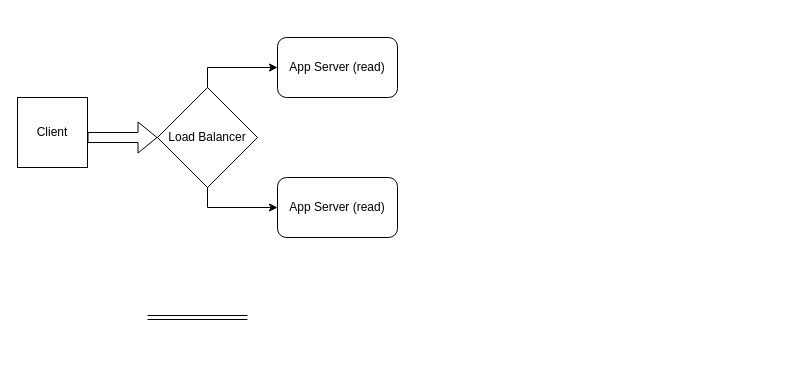
GDemay/aviv keeps this draw.io diagram as Diagramme sans nom.drawio. Above is the earlier version. Source tidied: cells renumbered, new cells numbered last; positions are measured from the earlier drawing's top-left corner, leaving out a move shared by most shapes. Both pictures are drawn from the tidied source at 100%, with x=0, y=0 at pixel (17, 37).
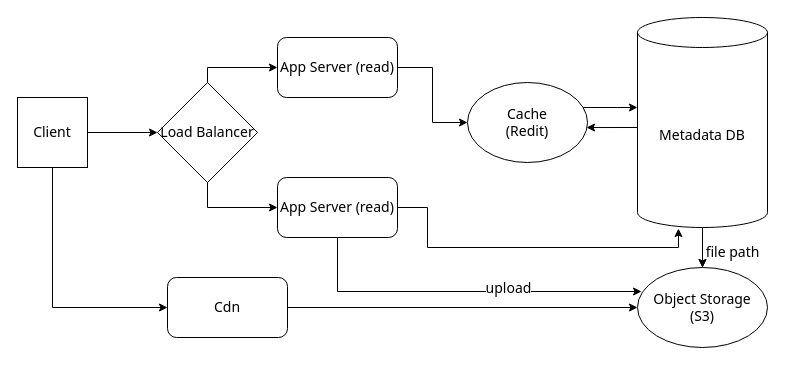
After the change.

Commit message:
Mettre à jour Diagramme sans nom.drawio

Change to the diagram source:
```diff
@@
+    <mxCell id="10" style="edgeStyle=orthogonalEdgeStyle;rounded=0;jettySize=auto;html=1;fontSize=14;fontFamily=Tahoma;" parent="1" edge="1" source="2" target="4">
+      <mxGeometry relative="1" as="geometry" />
+    </mxCell>
-    <mxCell id="2" value="Client" style="whiteSpace=wrap;html=1;" parent="1" vertex="1">
+    <mxCell id="2" value="Client" style="whiteSpace=wrap;html=1;fontSize=14;fontFamily=Tahoma;" parent="1" vertex="1">
       <mxGeometry y="60" width="70" height="70" as="geometry" />
     </mxCell>
-    <mxCell id="3" style="shape=flexArrow;endArrow=classic;html=1;rounded=0;" parent="1" edge="1">
-      <mxGeometry relative="1" as="geometry">
-        <mxPoint x="70" y="100" as="sourcePoint" />
-        <mxPoint x="140" y="100" as="targetPoint" />
-      </mxGeometry>
-    </mxCell>
-    <mxCell id="4" value="Load Balancer" style="rhombus;whiteSpace=wrap;html=1;" parent="1" vertex="1">
-      <mxGeometry x="140" y="50" width="100" height="100" as="geometry" />
+    <mxCell id="4" value="Load Balancer" style="rhombus;whiteSpace=wrap;html=1;fontSize=14;fontFamily=Tahoma;" parent="1" vertex="1">
+      <mxGeometry x="140" y="45" width="100" height="100" as="geometry" />
     </mxCell>
+    <mxCell id="11" style="edgeStyle=orthogonalEdgeStyle;rounded=0;jettySize=auto;html=1;fontSize=14;fontFamily=Tahoma;" parent="1" edge="1" source="5" target="15">
+      <mxGeometry relative="1" as="geometry" />
+    </mxCell>
-    <mxCell id="5" value="App Server (read)" style="rounded=1;whiteSpace=wrap;html=1;" parent="1" vertex="1">
+    <mxCell id="5" value="App Server (read)" style="rounded=1;whiteSpace=wrap;html=1;fontSize=14;fontFamily=Tahoma;" parent="1" vertex="1">
       <mxGeometry x="260" width="120" height="60" as="geometry" />
     </mxCell>
+    <mxCell id="12" style="edgeStyle=orthogonalEdgeStyle;rounded=0;jettySize=auto;html=1;entryX=0.031;entryY=0.3;entryDx=0;entryDy=0;entryPerimeter=0;fontSize=14;fontFamily=Tahoma;" parent="1" edge="1" source="6" target="18">
+      <mxGeometry relative="1" as="geometry">
+        <Array as="points">
+          <mxPoint x="320" y="254" />
+        </Array>
+      </mxGeometry>
+    </mxCell>
+    <mxCell id="13" value="upload" style="edgeLabel;html=1;align=center;verticalAlign=middle;fontSize=14;fontFamily=Tahoma;" parent="12" vertex="1">
+      <mxGeometry x="0.25" y="-3" relative="1" as="geometry">
+        <mxPoint y="-7" as="offset" />
+      </mxGeometry>
+    </mxCell>
-    <mxCell id="6" value="App Server (read)" style="rounded=1;whiteSpace=wrap;html=1;" parent="1" vertex="1">
+    <mxCell id="6" value="App Server (read)" style="rounded=1;whiteSpace=wrap;html=1;fontSize=14;fontFamily=Tahoma;" parent="1" vertex="1">
       <mxGeometry x="260" y="140" width="120" height="60" as="geometry" />
     </mxCell>
-    <mxCell id="7" style="edgeStyle=elbowEdgeStyle;elbow=horizontal;endArrow=classic;html=1;rounded=0;entryX=0;entryY=0.5;entryDx=0;entryDy=0;exitX=0.5;exitY=1;exitDx=0;exitDy=0;" parent="1" edge="1" source="4" target="6">
+    <mxCell id="7" style="edgeStyle=elbowEdgeStyle;elbow=horizontal;endArrow=classic;html=1;rounded=0;entryX=0;entryY=0.5;entryDx=0;entryDy=0;exitX=0.5;exitY=1;exitDx=0;exitDy=0;fontSize=14;fontFamily=Tahoma;" parent="1" edge="1" source="4" target="6">
       <mxGeometry relative="1" as="geometry">
         <Array as="points">
           <mxPoint x="190" y="180" />
         </Array>
       </mxGeometry>
     </mxCell>
-    <mxCell id="8" style="shape=link;html=1;rounded=0;" parent="1" edge="1">
-      <mxGeometry relative="1" as="geometry">
-        <mxPoint x="130" y="280" as="sourcePoint" />
-        <mxPoint x="230" y="280" as="targetPoint" />
-      </mxGeometry>
-    </mxCell>
-    <mxCell id="9" style="edgeStyle=segmentEdgeStyle;endArrow=classic;html=1;rounded=0;entryX=0;entryY=0.5;entryDx=0;entryDy=0;exitX=0.5;exitY=0;exitDx=0;exitDy=0;" parent="1" edge="1" source="4" target="5">
+    <mxCell id="9" style="edgeStyle=segmentEdgeStyle;endArrow=classic;html=1;rounded=0;entryX=0;entryY=0.5;entryDx=0;entryDy=0;exitX=0.5;exitY=0;exitDx=0;exitDy=0;fontSize=14;fontFamily=Tahoma;" parent="1" edge="1" source="4" target="5">
       <mxGeometry relative="1" as="geometry">
         <Array as="points">
           <mxPoint x="190" y="30" />
         </Array>
       </mxGeometry>
     </mxCell>
+    <mxCell id="14" style="edgeStyle=orthogonalEdgeStyle;rounded=0;jettySize=auto;html=1;fontSize=14;fontFamily=Tahoma;" parent="1" edge="1" source="15" target="17">
+      <mxGeometry relative="1" as="geometry">
+        <Array as="points">
+          <mxPoint x="600" y="70" />
+          <mxPoint x="600" y="70" />
+        </Array>
+      </mxGeometry>
+    </mxCell>
+    <mxCell id="15" value="Cache &lt;br style=&quot;font-size: 14px;&quot;&gt;(Redit)" style="ellipse;whiteSpace=wrap;html=1;fontSize=14;fontFamily=Tahoma;" parent="1" vertex="1">
+      <mxGeometry x="450" y="45" width="120" height="80" as="geometry" />
+    </mxCell>
+    <mxCell id="16" style="edgeStyle=orthogonalEdgeStyle;rounded=0;jettySize=auto;html=1;fontSize=14;fontFamily=Tahoma;" parent="1" edge="1" source="17" target="18">
+      <mxGeometry relative="1" as="geometry" />
+    </mxCell>
+    <mxCell id="17" value="Metadata DB" style="shape=cylinder3;whiteSpace=wrap;html=1;boundedLbl=1;backgroundOutline=1;size=15;fontSize=14;fontFamily=Tahoma;" parent="1" vertex="1">
+      <mxGeometry x="620" y="-20" width="130" height="210" as="geometry" />
+    </mxCell>
+    <mxCell id="18" value="Object Storage&lt;br style=&quot;font-size: 14px;&quot;&gt;(S3)" style="ellipse;whiteSpace=wrap;html=1;fontSize=14;fontFamily=Tahoma;" parent="1" vertex="1">
+      <mxGeometry x="620" y="230" width="130" height="80" as="geometry" />
+    </mxCell>
+    <mxCell id="19" style="endArrow=classic;html=1;rounded=0;entryX=0.5;entryY=0;entryDx=0;entryDy=0;exitX=0.5;exitY=1;exitDx=0;exitDy=0;exitPerimeter=0;fontSize=14;fontFamily=Tahoma;" parent="1" edge="1" source="17" target="18">
+      <mxGeometry relative="1" as="geometry" />
+    </mxCell>
+    <mxCell id="20" value="file path" style="text;html=1;align=center;verticalAlign=middle;strokeColor=none;fillColor=none;fontSize=14;fontFamily=Tahoma;" parent="1" vertex="1">
+      <mxGeometry x="680" y="200" width="70" height="30" as="geometry" />
+    </mxCell>
+    <mxCell id="21" style="endArrow=classic;html=1;rounded=0;exitX=0.5;exitY=1;exitDx=0;exitDy=0;entryX=0;entryY=0.5;entryDx=0;entryDy=0;fontSize=14;fontFamily=Tahoma;" parent="1" edge="1" source="2" target="25">
+      <mxGeometry relative="1" as="geometry">
+        <Array as="points">
+          <mxPoint x="35" y="270" />
+        </Array>
+      </mxGeometry>
+    </mxCell>
+    <mxCell id="22" style="edgeStyle=segmentEdgeStyle;endArrow=classic;html=1;rounded=0;entryX=0.315;entryY=1.005;entryDx=0;entryDy=0;entryPerimeter=0;exitX=1;exitY=0.5;exitDx=0;exitDy=0;fontSize=14;fontFamily=Tahoma;" parent="1" edge="1" source="6" target="17">
+      <mxGeometry relative="1" as="geometry">
+        <Array as="points">
+          <mxPoint x="410" y="170" />
+          <mxPoint x="410" y="210" />
+          <mxPoint x="661" y="210" />
+        </Array>
+      </mxGeometry>
+    </mxCell>
+    <mxCell id="23" style="endArrow=classic;html=1;rounded=0;entryX=0.992;entryY=0.563;entryDx=0;entryDy=0;entryPerimeter=0;fontSize=14;fontFamily=Tahoma;" parent="1" edge="1" target="15">
+      <mxGeometry relative="1" as="geometry">
+        <mxPoint x="620" y="90" as="sourcePoint" />
+      </mxGeometry>
+    </mxCell>
+    <mxCell id="24" style="edgeStyle=orthogonalEdgeStyle;rounded=0;jettySize=auto;html=1;entryX=0;entryY=0.5;entryDx=0;entryDy=0;fontSize=14;fontFamily=Tahoma;" parent="1" edge="1" source="25" target="18">
+      <mxGeometry relative="1" as="geometry" />
+    </mxCell>
+    <mxCell id="25" value="Cdn" style="rounded=1;whiteSpace=wrap;html=1;fontSize=14;fontFamily=Tahoma;" parent="1" vertex="1">
+      <mxGeometry x="150" y="240" width="120" height="60" as="geometry" />
+    </mxCell>
```
